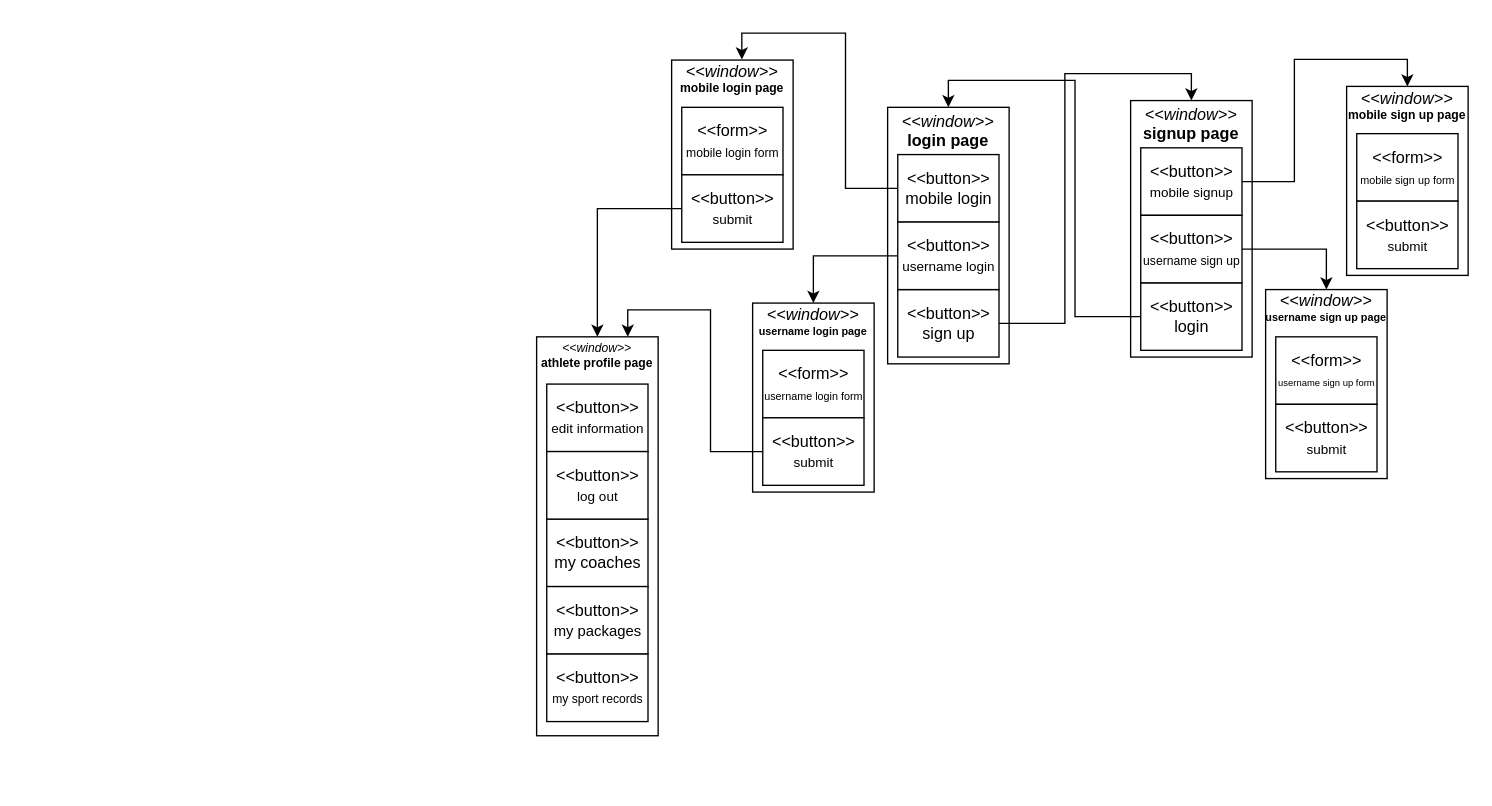
The draw.io diagram Final Presentation/windowNavigationDrawer.drawio in mmohajer9/sama-online-coaching-system, before the edit. Source tidied: cells renumbered, new cells numbered last; positions are measured from the earlier drawing's top-left corner, leaving out a move shared by most shapes. Both pictures are drawn from the tidied source at 135%, with x=0, y=0 at pixel (536, 59).
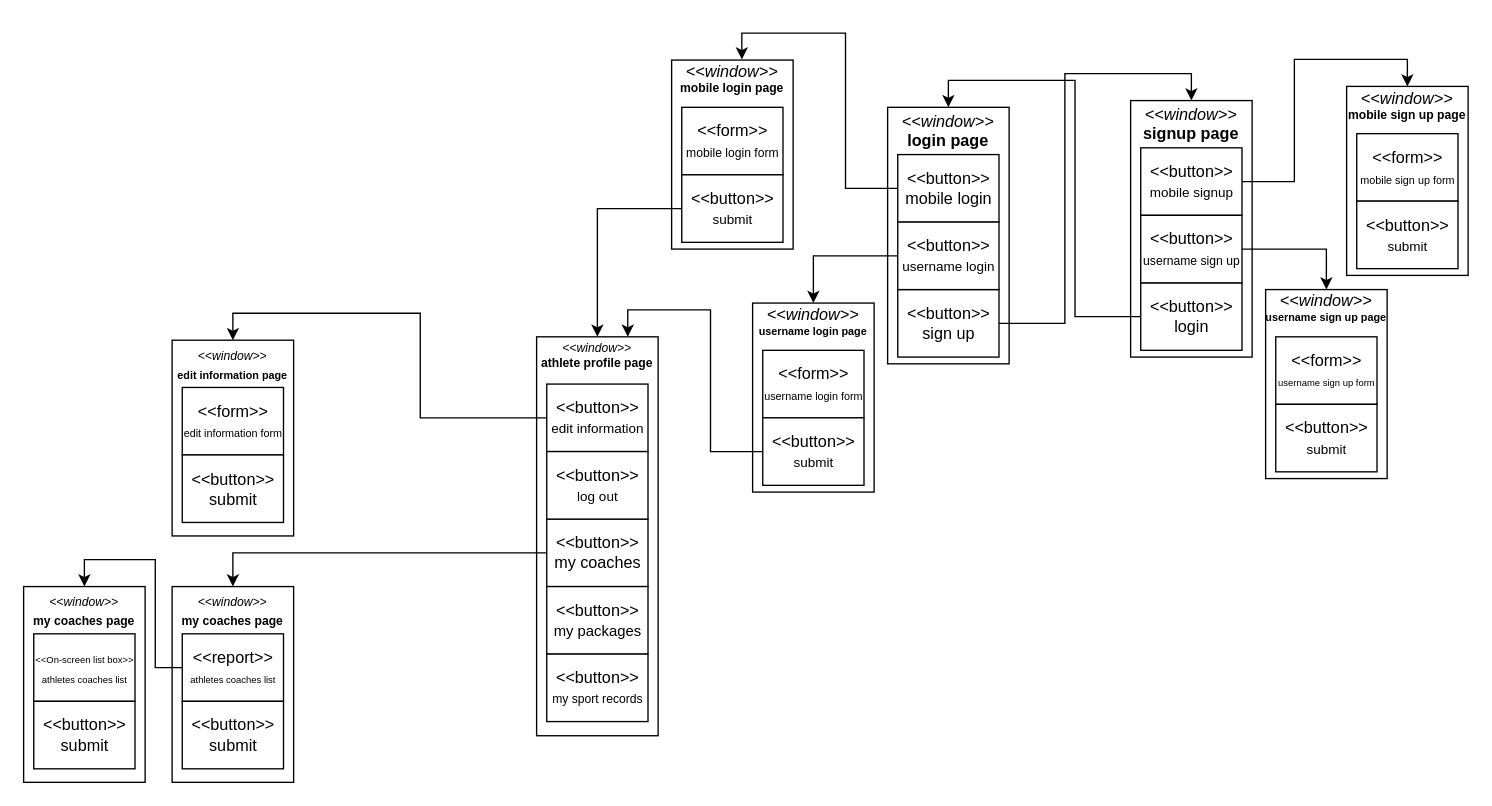
Above is the later version.

Commit message:
coach_list_page

Unchanged cells that the change refers to:
```xml
<mxCell id="25" value="&amp;lt;&amp;lt;button&amp;gt;&amp;gt;&lt;br&gt;my coaches" style="html=1;" parent="1" vertex="1">
  <mxGeometry x="7.5" y="340" width="75" height="50" as="geometry" />
</mxCell>
<mxCell id="26" value="&amp;lt;&amp;lt;button&amp;gt;&amp;gt;&lt;br&gt;&lt;font style=&quot;font-size: 10px&quot;&gt;edit information&lt;/font&gt;" style="html=1;" parent="1" vertex="1">
  <mxGeometry x="7.5" y="240" width="75" height="50" as="geometry" />
</mxCell>
```

Diff of the diagram source:
```diff
@@
+    <mxCell id="40" style="edgeStyle=orthogonalEdgeStyle;rounded=0;jettySize=auto;html=1;exitX=0;exitY=0.5;exitDx=0;exitDy=0;entryX=0.5;entryY=0;entryDx=0;entryDy=0;" parent="1" edge="1" source="25" target="45">
+      <mxGeometry relative="1" as="geometry" />
+    </mxCell>
@@
+    <mxCell id="41" style="edgeStyle=orthogonalEdgeStyle;rounded=0;jettySize=auto;html=1;exitX=0;exitY=0.5;exitDx=0;exitDy=0;entryX=0.5;entryY=0;entryDx=0;entryDy=0;" parent="1" edge="1" source="26" target="42">
+      <mxGeometry relative="1" as="geometry" />
+    </mxCell>
@@
+    <mxCell id="42" value="&lt;p style=&quot;margin: 4px 0px 0px ; text-align: center&quot;&gt;&lt;i style=&quot;font-size: 9px&quot;&gt;&amp;lt;&amp;lt;window&amp;gt;&amp;gt;&lt;/i&gt;&lt;br&gt;&lt;b&gt;&lt;font style=&quot;font-size: 8px&quot;&gt;edit information page&lt;/font&gt;&lt;/b&gt;&lt;/p&gt;&lt;p style=&quot;margin: 0px 0px 0px 4px ; font-size: 9px&quot;&gt;&lt;br&gt;&lt;/p&gt;" style="verticalAlign=top;align=left;overflow=fill;fontSize=12;fontFamily=Helvetica;html=1;" parent="1" vertex="1">
+      <mxGeometry x="-270" y="207.5" width="90" height="145" as="geometry" />
+    </mxCell>
+    <mxCell id="43" value="&amp;lt;&amp;lt;form&amp;gt;&amp;gt;&lt;br&gt;&lt;font style=&quot;font-size: 8px&quot;&gt;edit information form&lt;/font&gt;" style="html=1;" parent="1" vertex="1">
+      <mxGeometry x="-262.5" y="242.5" width="75" height="50" as="geometry" />
+    </mxCell>
+    <mxCell id="44" value="&amp;lt;&amp;lt;button&amp;gt;&amp;gt;&lt;br&gt;&lt;font style=&quot;font-size: 12px&quot;&gt;submit&lt;/font&gt;" style="html=1;" parent="1" vertex="1">
+      <mxGeometry x="-262.5" y="292.5" width="75" height="50" as="geometry" />
+    </mxCell>
+    <mxCell id="45" value="&lt;p style=&quot;margin: 4px 0px 0px ; text-align: center&quot;&gt;&lt;i style=&quot;font-size: 9px&quot;&gt;&amp;lt;&amp;lt;window&amp;gt;&amp;gt;&lt;/i&gt;&lt;br&gt;&lt;b&gt;&lt;font style=&quot;font-size: 9px&quot;&gt;my coaches page&lt;/font&gt;&lt;/b&gt;&lt;/p&gt;&lt;p style=&quot;margin: 0px 0px 0px 4px ; font-size: 9px&quot;&gt;&lt;br&gt;&lt;/p&gt;" style="verticalAlign=top;align=left;overflow=fill;fontSize=12;fontFamily=Helvetica;html=1;" parent="1" vertex="1">
+      <mxGeometry x="-270" y="390" width="90" height="145" as="geometry" />
+    </mxCell>
+    <mxCell id="46" style="edgeStyle=orthogonalEdgeStyle;rounded=0;jettySize=auto;html=1;exitX=0;exitY=0.5;exitDx=0;exitDy=0;entryX=0.5;entryY=0;entryDx=0;entryDy=0;" parent="1" edge="1" source="47" target="49">
+      <mxGeometry relative="1" as="geometry" />
+    </mxCell>
+    <mxCell id="47" value="&amp;lt;&amp;lt;report&amp;gt;&amp;gt;&lt;br&gt;&lt;font style=&quot;font-size: 7px&quot;&gt;athletes coaches list&lt;/font&gt;" style="html=1;" parent="1" vertex="1">
+      <mxGeometry x="-262.5" y="425" width="75" height="50" as="geometry" />
+    </mxCell>
+    <mxCell id="48" value="&amp;lt;&amp;lt;button&amp;gt;&amp;gt;&lt;br&gt;&lt;font style=&quot;font-size: 12px&quot;&gt;submit&lt;/font&gt;" style="html=1;" parent="1" vertex="1">
+      <mxGeometry x="-262.5" y="475" width="75" height="50" as="geometry" />
+    </mxCell>
+    <mxCell id="49" value="&lt;p style=&quot;margin: 4px 0px 0px ; text-align: center&quot;&gt;&lt;i style=&quot;font-size: 9px&quot;&gt;&amp;lt;&amp;lt;window&amp;gt;&amp;gt;&lt;/i&gt;&lt;br&gt;&lt;b&gt;&lt;font style=&quot;font-size: 9px&quot;&gt;my coaches page&lt;/font&gt;&lt;/b&gt;&lt;/p&gt;&lt;p style=&quot;margin: 0px 0px 0px 4px ; font-size: 9px&quot;&gt;&lt;br&gt;&lt;/p&gt;" style="verticalAlign=top;align=left;overflow=fill;fontSize=12;fontFamily=Helvetica;html=1;" parent="1" vertex="1">
+      <mxGeometry x="-380" y="390" width="90" height="145" as="geometry" />
+    </mxCell>
+    <mxCell id="50" value="&lt;font style=&quot;font-size: 7px&quot;&gt;&amp;lt;&amp;lt;On-screen list box&amp;gt;&amp;gt;&lt;/font&gt;&lt;br&gt;&lt;font style=&quot;font-size: 7px&quot;&gt;athletes coaches list&lt;/font&gt;" style="html=1;" parent="1" vertex="1">
+      <mxGeometry x="-372.5" y="425" width="75" height="50" as="geometry" />
+    </mxCell>
+    <mxCell id="51" value="&amp;lt;&amp;lt;button&amp;gt;&amp;gt;&lt;br&gt;&lt;font style=&quot;font-size: 12px&quot;&gt;submit&lt;/font&gt;" style="html=1;" parent="1" vertex="1">
+      <mxGeometry x="-372.5" y="475" width="75" height="50" as="geometry" />
+    </mxCell>
```
